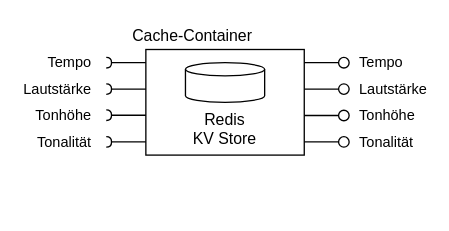
r-grun/music-visualization keeps this draw.io diagram as page "Cache" (3 of 4) of graphics/Grafiken.drawio. Above is the earlier version. Source tidied: cells renumbered, new cells numbered last; positions are measured from the earlier drawing's top-left corner, leaving out a move shared by most shapes. Both pictures are drawn from the tidied source at 132%, with x=0, y=0 at pixel (106, 22).
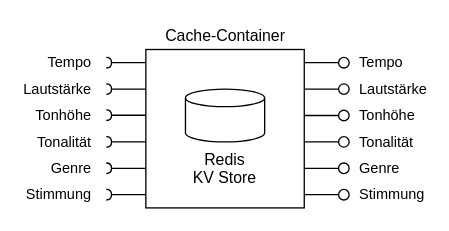
The same diagram, later.

What changed in the source:
```diff
@@
     <mxCell id="2" value="Redis&lt;br&gt;KV Store" style="strokeWidth=1;html=1;shape=mxgraph.flowchart.database;whiteSpace=wrap;fillColor=none;labelPosition=center;verticalLabelPosition=bottom;align=center;verticalAlign=top;" parent="1" vertex="1">
-      <mxGeometry x="60" y="30" width="60" height="30" as="geometry" />
+      <mxGeometry x="60" y="50" width="60" height="40" as="geometry" />
     </mxCell>
@@
     <mxCell id="4" style="rounded=0;whiteSpace=wrap;html=1;fillColor=none;" parent="1" vertex="1">
-      <mxGeometry x="30" y="20" width="120" height="80" as="geometry" />
+      <mxGeometry x="30" y="20" width="120" height="120" as="geometry" />
     </mxCell>
@@
     <mxCell id="12" value="Cache-Container" style="text;html=1;align=center;verticalAlign=middle;strokeColor=none;fillColor=none;fontSize=12;" parent="1" vertex="1">
-      <mxGeometry x="10" width="110" height="20" as="geometry" />
+      <mxGeometry x="35" width="110" height="20" as="geometry" />
     </mxCell>
+    <mxCell id="13" value="Genre" style="html=1;verticalAlign=middle;labelBackgroundColor=none;startArrow=halfCircle;startFill=0;startSize=2;endArrow=none;rounded=0;labelPosition=left;verticalLabelPosition=middle;align=right;" parent="1" edge="1">
+      <mxGeometry x="-1" y="-10" relative="1" as="geometry">
+        <mxPoint y="110" as="sourcePoint" />
+        <mxPoint x="30" y="110" as="targetPoint" />
+        <mxPoint x="-10" y="-10" as="offset" />
+      </mxGeometry>
+    </mxCell>
+    <mxCell id="14" value="Stimmung" style="html=1;verticalAlign=middle;labelBackgroundColor=none;startArrow=halfCircle;startFill=0;startSize=2;endArrow=none;rounded=0;labelPosition=left;verticalLabelPosition=middle;align=right;" parent="1" edge="1">
+      <mxGeometry x="-1" y="-10" relative="1" as="geometry">
+        <mxPoint y="130" as="sourcePoint" />
+        <mxPoint x="30" y="130" as="targetPoint" />
+        <mxPoint x="-10" y="-10" as="offset" />
+      </mxGeometry>
+    </mxCell>
+    <mxCell id="15" value="Genre" style="html=1;verticalAlign=middle;labelBackgroundColor=none;endArrow=oval;endFill=0;endSize=8;rounded=0;labelPosition=right;verticalLabelPosition=middle;align=left;" parent="1" edge="1">
+      <mxGeometry x="1" y="10" relative="1" as="geometry">
+        <mxPoint x="150" y="110" as="sourcePoint" />
+        <mxPoint x="180" y="110" as="targetPoint" />
+        <mxPoint x="10" y="10" as="offset" />
+      </mxGeometry>
+    </mxCell>
+    <mxCell id="16" value="Stimmung" style="html=1;verticalAlign=middle;labelBackgroundColor=none;endArrow=oval;endFill=0;endSize=8;rounded=0;labelPosition=right;verticalLabelPosition=middle;align=left;" parent="1" edge="1">
+      <mxGeometry x="1" y="10" relative="1" as="geometry">
+        <mxPoint x="150" y="130" as="sourcePoint" />
+        <mxPoint x="180" y="130" as="targetPoint" />
+        <mxPoint x="10" y="10" as="offset" />
+      </mxGeometry>
+    </mxCell>
```
